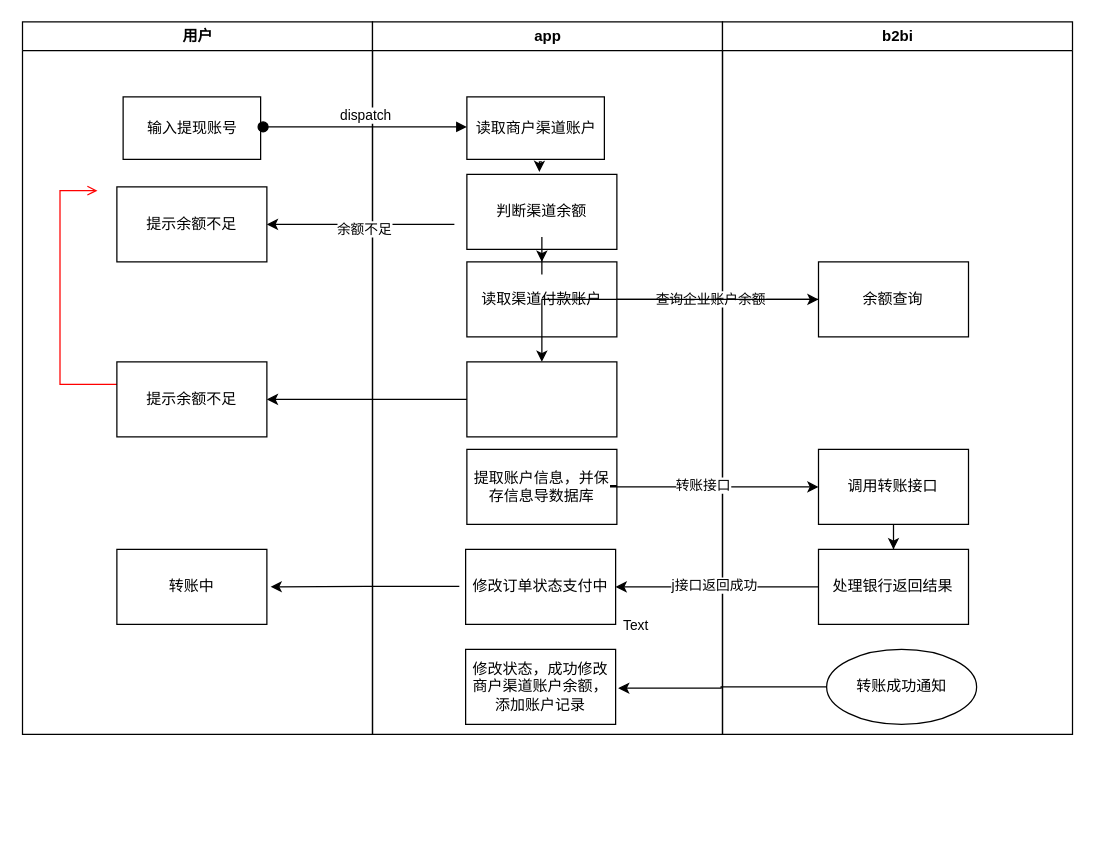
The draw.io diagram 未命名绘图.drawio in clouwide/draw, before the edit. Source tidied: cells renumbered, new cells numbered last; positions are measured from the earlier drawing's top-left corner, leaving out a move shared by most shapes. Both pictures are drawn from the tidied source at 125%, with x=0, y=0 at pixel (21, 21).
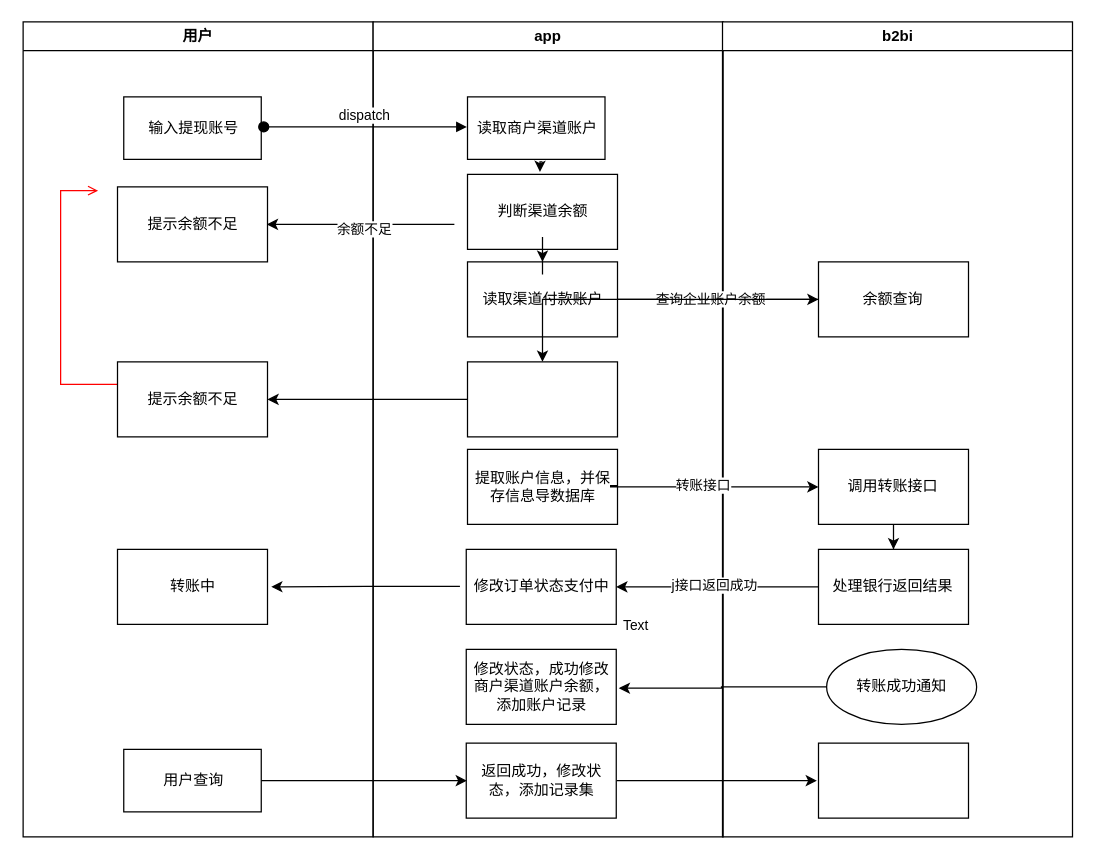
The same diagram, later.

Commit message:
更新未命名绘图.drawio

Change to the diagram source:
```diff
@@
     <mxCell id="2" value="用户" style="swimlane;whiteSpace=wrap;" parent="1" vertex="1">
-      <mxGeometry x="0.5" width="280" height="570" as="geometry" />
+      <mxGeometry x="1" width="280" height="652" as="geometry" />
     </mxCell>
@@
+    <mxCell id="38" value="用户查询" style="html=1;" parent="2" vertex="1">
+      <mxGeometry x="80.5" y="582" width="110" height="50" as="geometry" />
+    </mxCell>
     <mxCell id="8" value="app" style="swimlane;whiteSpace=wrap;" parent="1" vertex="1">
-      <mxGeometry x="280.5" width="280" height="570" as="geometry" />
+      <mxGeometry x="281" width="280" height="652" as="geometry" />
     </mxCell>
@@
+    <mxCell id="39" value="返回成功，修改状态，添加记录集" style="whiteSpace=wrap;html=1;fillColor=rgb(255, 255, 255);strokeColor=rgb(0, 0, 0);fontColor=rgb(0, 0, 0);" parent="8" vertex="1">
+      <mxGeometry x="74.5" y="577" width="120" height="60" as="geometry" />
+    </mxCell>
     <mxCell id="18" value="b2bi" style="swimlane;whiteSpace=wrap;" parent="1" vertex="1">
-      <mxGeometry x="560.5" width="280" height="570" as="geometry" />
+      <mxGeometry x="560.5" width="280" height="652" as="geometry" />
     </mxCell>
@@
+    <mxCell id="40" style="whiteSpace=wrap;html=1;fillColor=rgb(255, 255, 255);strokeColor=rgb(0, 0, 0);fontColor=rgb(0, 0, 0);" parent="18" vertex="1">
+      <mxGeometry x="76.8" y="577" width="120" height="60" as="geometry" />
+    </mxCell>
@@
+    <mxCell id="41" style="edgeStyle=orthogonalEdgeStyle;rounded=0;jettySize=auto;html=1;" parent="1" edge="1" source="38">
+      <mxGeometry relative="1" as="geometry">
+        <mxPoint x="356" y="607" as="targetPoint" />
+      </mxGeometry>
+    </mxCell>
+    <mxCell id="42" style="edgeStyle=orthogonalEdgeStyle;rounded=0;jettySize=auto;html=1;exitX=1.004;exitY=0.5;exitDx=0;exitDy=0;exitPerimeter=0;" parent="1" edge="1" source="39">
+      <mxGeometry relative="1" as="geometry">
+        <mxPoint x="636" y="607" as="targetPoint" />
+        <Array as="points">
+          <mxPoint x="626" y="607" />
+          <mxPoint x="626" y="607" />
+        </Array>
+      </mxGeometry>
+    </mxCell>
```
